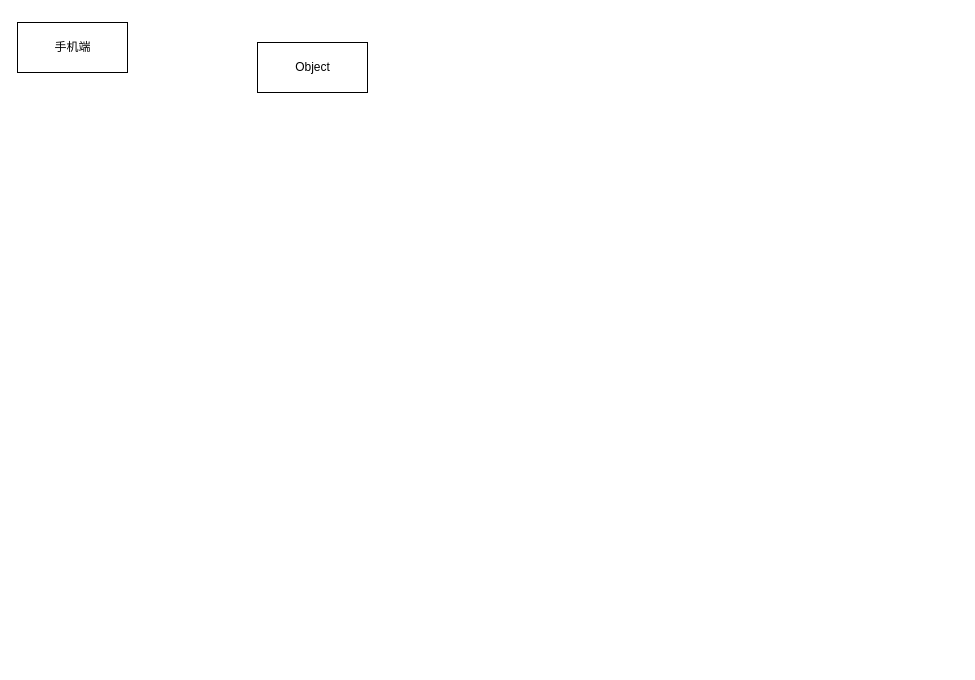
Earlier version of the draw.io diagram Untitled Diagram.drawio (mini-dever/test-manager-platform). Source tidied: cells renumbered, new cells numbered last; positions are measured from the earlier drawing's top-left corner, leaving out a move shared by most shapes. Both pictures are drawn from the tidied source at 100%, with x=0, y=0 at pixel (17, 22).
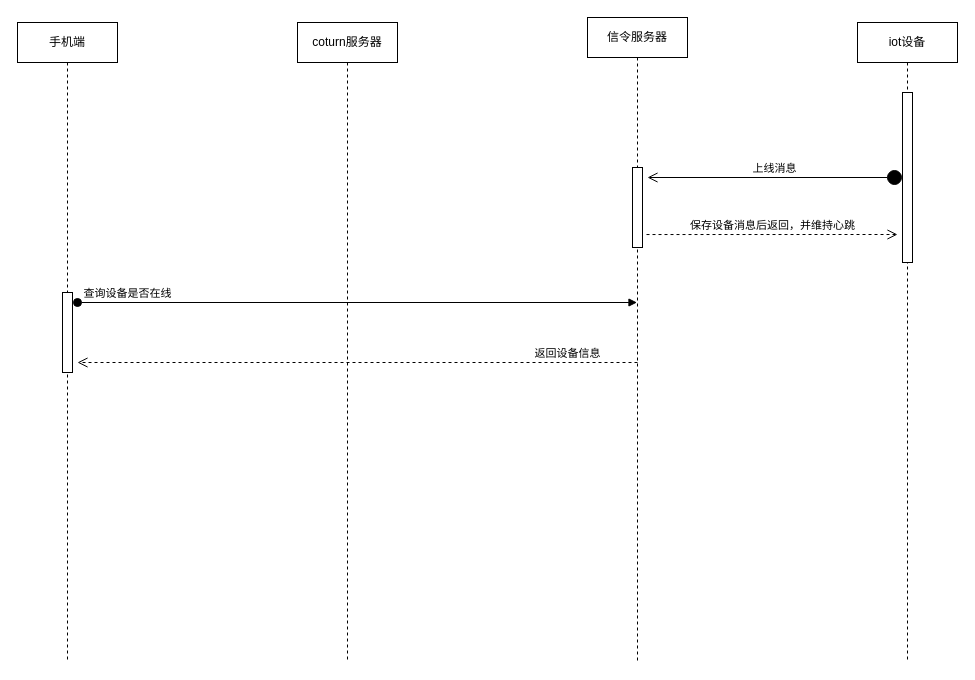
Above is the later version.

The edit, as a diff of the source:
```diff
@@
 <mxGraphModel>
   <root>
     <mxCell id="0" />
     <mxCell id="1" parent="0" />
-    <mxCell id="2" value="手机端" style="html=1;" parent="1" vertex="1">
-      <mxGeometry width="110" height="50" as="geometry" />
+    <mxCell id="2" value="手机端" style="shape=umlLifeline;perimeter=lifelinePerimeter;whiteSpace=wrap;html=1;" parent="1" vertex="1">
+      <mxGeometry width="100" height="640" as="geometry" />
     </mxCell>
-    <mxCell id="3" value="Object" style="html=1;" parent="1" vertex="1">
-      <mxGeometry x="240" y="20" width="110" height="50" as="geometry" />
-    </mxCell>
+    <mxCell id="4" style="html=1;perimeter=orthogonalPerimeter;" parent="2" vertex="1">
+      <mxGeometry x="45" y="270" width="10" height="80" as="geometry" />
+    </mxCell>
+    <mxCell id="5" value="查询设备是否在线" style="html=1;verticalAlign=bottom;startArrow=oval;startFill=1;endArrow=block;startSize=8;rounded=0;" parent="2" edge="1" target="7">
+      <mxGeometry x="-0.82" relative="1" as="geometry">
+        <mxPoint x="60" y="280" as="sourcePoint" />
+      </mxGeometry>
+    </mxCell>
+    <mxCell id="6" value="coturn服务器" style="shape=umlLifeline;perimeter=lifelinePerimeter;whiteSpace=wrap;html=1;" parent="1" vertex="1">
+      <mxGeometry x="280" width="100" height="640" as="geometry" />
+    </mxCell>
+    <mxCell id="7" value="信令服务器" style="shape=umlLifeline;perimeter=lifelinePerimeter;whiteSpace=wrap;html=1;outlineConnect=0;" parent="1" vertex="1">
+      <mxGeometry x="570" y="-5" width="100" height="645" as="geometry" />
+    </mxCell>
+    <mxCell id="8" style="html=1;points=[];perimeter=orthogonalPerimeter;" parent="7" vertex="1">
+      <mxGeometry x="45" y="150" width="10" height="80" as="geometry" />
+    </mxCell>
+    <mxCell id="9" value="iot设备" style="shape=umlLifeline;perimeter=lifelinePerimeter;whiteSpace=wrap;html=1;" parent="1" vertex="1">
+      <mxGeometry x="840" width="100" height="640" as="geometry" />
+    </mxCell>
+    <mxCell id="10" style="html=1;points=[];perimeter=orthogonalPerimeter;" parent="9" vertex="1">
+      <mxGeometry x="45" y="70" width="10" height="170" as="geometry" />
+    </mxCell>
+    <mxCell id="11" value="上线消息" style="html=1;verticalAlign=bottom;startArrow=circle;startFill=1;endArrow=open;startSize=6;endSize=8;rounded=0;" parent="1" edge="1" source="10">
+      <mxGeometry relative="1" as="geometry">
+        <mxPoint x="630" y="155" as="targetPoint" />
+      </mxGeometry>
+    </mxCell>
+    <mxCell id="12" value="保存设备消息后返回，并维持心跳" style="html=1;verticalAlign=bottom;endArrow=open;dashed=1;endSize=8;rounded=0;exitX=1.4;exitY=0.838;exitDx=0;exitDy=0;exitPerimeter=0;" parent="1" edge="1" source="8">
+      <mxGeometry relative="1" as="geometry">
+        <mxPoint x="880" y="212" as="targetPoint" />
+      </mxGeometry>
+    </mxCell>
+    <mxCell id="13" value="返回设备信息" style="html=1;verticalAlign=bottom;endArrow=open;dashed=1;endSize=8;rounded=0;" parent="1" edge="1">
+      <mxGeometry x="-0.75" relative="1" as="geometry">
+        <mxPoint x="620" y="340" as="sourcePoint" />
+        <mxPoint x="60" y="340" as="targetPoint" />
+      </mxGeometry>
+    </mxCell>
   </root>
 </mxGraphModel>
```
